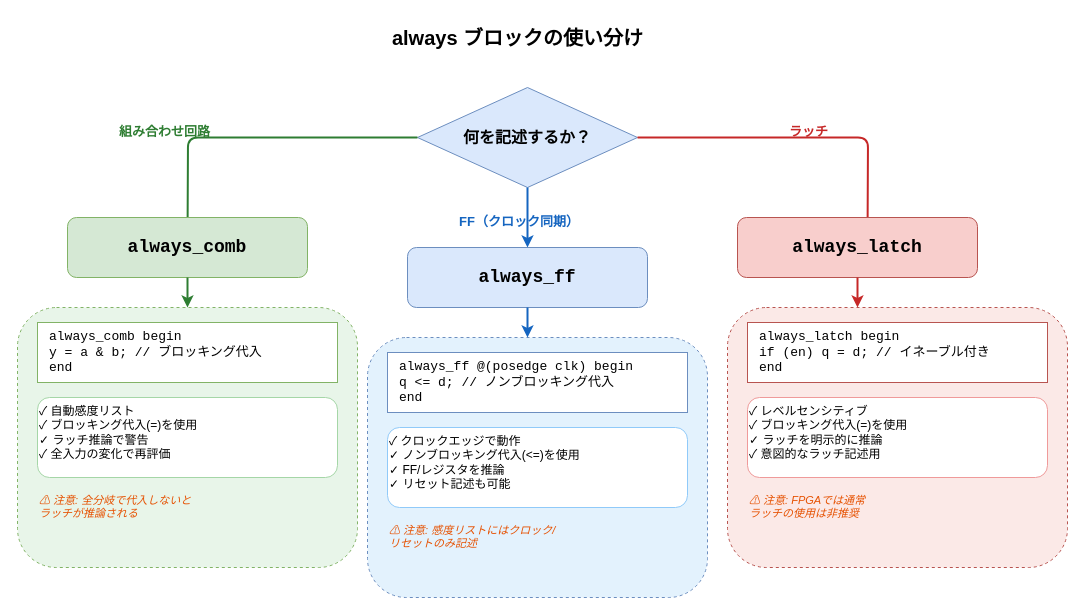
This is images/systemverilog-guidebook/ch05_always_blocks.drawio from aquaxis/webdoc, a draw.io file, before an edit. Source tidied: cells renumbered, new cells numbered last; positions are measured from the earlier drawing's top-left corner, leaving out a move shared by most shapes. Both pictures are drawn from the tidied source at 100%, with x=0, y=0 at pixel (17, 17).
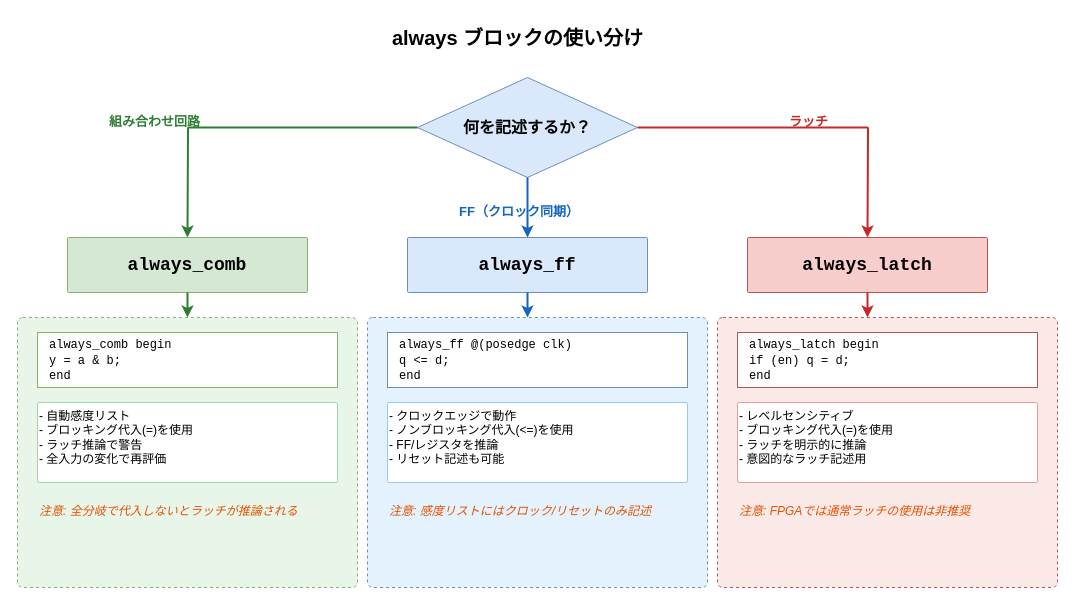
The same page after the edit.

The edit, as a diff of the source:
```diff
@@
     <mxCell id="3" value="何を記述するか？" style="rhombus;whiteSpace=wrap;html=1;fillColor=#dae8fc;strokeColor=#6c8ebf;fontSize=16;fontStyle=1;" parent="1" vertex="1">
-      <mxGeometry x="400" y="70" width="220" height="100" as="geometry" />
+      <mxGeometry x="400" y="60" width="220" height="100" as="geometry" />
     </mxCell>
     <mxCell id="4" value="組み合わせ回路" style="text;html=1;fontSize=13;fontStyle=1;fontColor=#2E7D32;" parent="1" vertex="1">
-      <mxGeometry x="100" y="100" width="130" height="25" as="geometry" />
+      <mxGeometry x="90" y="90" width="140" height="25" as="geometry" />
     </mxCell>
+    <mxCell id="7" value="FF（クロック同期）" style="text;html=1;fontSize=13;fontStyle=1;fontColor=#1565C0;" parent="1" vertex="1">
+      <mxGeometry x="440" y="180" width="150" height="25" as="geometry" />
+    </mxCell>
+    <mxCell id="10" value="ラッチ" style="text;html=1;fontSize=13;fontStyle=1;fontColor=#C62828;" parent="1" vertex="1">
+      <mxGeometry x="770" y="90" width="80" height="25" as="geometry" />
+    </mxCell>
-    <mxCell id="5" style="edgeStyle=orthogonalEdgeStyle;rounded=1;strokeWidth=2;strokeColor=#2E7D32;" parent="1" edge="1" source="3">
+    <mxCell id="5" style="edgeStyle=orthogonalEdgeStyle;rounded=1;arcSize=2;strokeWidth=2;strokeColor=#2E7D32;" parent="1" edge="1" source="3">
       <mxGeometry relative="1" as="geometry">
-        <mxPoint x="170" y="230" as="targetPoint" />
+        <mxPoint x="170" y="220" as="targetPoint" />
       </mxGeometry>
     </mxCell>
+    <mxCell id="8" style="edgeStyle=orthogonalEdgeStyle;rounded=1;arcSize=2;strokeWidth=2;strokeColor=#1565C0;" parent="1" edge="1" source="3">
+      <mxGeometry relative="1" as="geometry">
+        <mxPoint x="510" y="220" as="targetPoint" />
+      </mxGeometry>
+    </mxCell>
+    <mxCell id="11" style="edgeStyle=orthogonalEdgeStyle;rounded=1;arcSize=2;strokeWidth=2;strokeColor=#C62828;" parent="1" edge="1" source="3">
+      <mxGeometry relative="1" as="geometry">
+        <mxPoint x="850" y="220" as="targetPoint" />
+      </mxGeometry>
+    </mxCell>
-    <mxCell id="6" value="always_comb" style="rounded=1;whiteSpace=wrap;html=1;fillColor=#d5e8d4;strokeColor=#82b366;fontSize=18;fontStyle=1;fontFamily=Courier New;" parent="1" vertex="1">
-      <mxGeometry x="50" y="200" width="240" height="60" as="geometry" />
+    <mxCell id="6" value="always_comb" style="rounded=1;arcSize=2;whiteSpace=wrap;html=1;fillColor=#d5e8d4;strokeColor=#82b366;fontSize=18;fontStyle=1;fontFamily=Courier New;" parent="1" vertex="1">
+      <mxGeometry x="50" y="220" width="240" height="55" as="geometry" />
     </mxCell>
-    <mxCell id="7" value="FF（クロック同期）" style="text;html=1;fontSize=13;fontStyle=1;fontColor=#1565C0;" parent="1" vertex="1">
-      <mxGeometry x="440" y="190" width="150" height="25" as="geometry" />
-    </mxCell>
-    <mxCell id="8" style="edgeStyle=orthogonalEdgeStyle;rounded=1;strokeWidth=2;strokeColor=#1565C0;" parent="1" edge="1" source="3">
-      <mxGeometry relative="1" as="geometry">
-        <mxPoint x="510" y="230" as="targetPoint" />
-      </mxGeometry>
-    </mxCell>
-    <mxCell id="9" value="always_ff" style="rounded=1;whiteSpace=wrap;html=1;fillColor=#dae8fc;strokeColor=#6c8ebf;fontSize=18;fontStyle=1;fontFamily=Courier New;" parent="1" vertex="1">
-      <mxGeometry x="390" y="230" width="240" height="60" as="geometry" />
+    <mxCell id="9" value="always_ff" style="rounded=1;arcSize=2;whiteSpace=wrap;html=1;fillColor=#dae8fc;strokeColor=#6c8ebf;fontSize=18;fontStyle=1;fontFamily=Courier New;" parent="1" vertex="1">
+      <mxGeometry x="390" y="220" width="240" height="55" as="geometry" />
     </mxCell>
-    <mxCell id="10" value="ラッチ" style="text;html=1;fontSize=13;fontStyle=1;fontColor=#C62828;" parent="1" vertex="1">
-      <mxGeometry x="770" y="100" width="80" height="25" as="geometry" />
-    </mxCell>
-    <mxCell id="11" style="edgeStyle=orthogonalEdgeStyle;rounded=1;strokeWidth=2;strokeColor=#C62828;" parent="1" edge="1" source="3">
-      <mxGeometry relative="1" as="geometry">
-        <mxPoint x="850" y="230" as="targetPoint" />
-      </mxGeometry>
-    </mxCell>
-    <mxCell id="12" value="always_latch" style="rounded=1;whiteSpace=wrap;html=1;fillColor=#f8cecc;strokeColor=#b85450;fontSize=18;fontStyle=1;fontFamily=Courier New;" parent="1" vertex="1">
-      <mxGeometry x="720" y="200" width="240" height="60" as="geometry" />
+    <mxCell id="12" value="always_latch" style="rounded=1;arcSize=2;whiteSpace=wrap;html=1;fillColor=#f8cecc;strokeColor=#b85450;fontSize=18;fontStyle=1;fontFamily=Courier New;" parent="1" vertex="1">
+      <mxGeometry x="730" y="220" width="240" height="55" as="geometry" />
     </mxCell>
-    <mxCell id="13" style="rounded=1;whiteSpace=wrap;html=1;fillColor=#E8F5E9;strokeColor=#82b366;dashed=1;" parent="1" vertex="1">
-      <mxGeometry y="290" width="340" height="260" as="geometry" />
+    <mxCell id="13" style="rounded=1;arcSize=2;whiteSpace=wrap;html=1;fillColor=#E8F5E9;strokeColor=#82b366;dashed=1;" parent="1" vertex="1">
+      <mxGeometry y="300" width="340" height="270" as="geometry" />
     </mxCell>
-    <mxCell id="14" style="edgeStyle=orthogonalEdgeStyle;rounded=1;strokeWidth=2;strokeColor=#2E7D32;" parent="1" edge="1" source="6">
+    <mxCell id="14" style="edgeStyle=orthogonalEdgeStyle;rounded=1;arcSize=2;strokeWidth=2;strokeColor=#2E7D32;" parent="1" edge="1" source="6">
       <mxGeometry relative="1" as="geometry">
-        <mxPoint x="170" y="290" as="targetPoint" />
+        <mxPoint x="170" y="300" as="targetPoint" />
       </mxGeometry>
     </mxCell>
-    <mxCell id="15" value="&lt;font face=&quot;Courier New&quot; size=&quot;2&quot;&gt;always_comb begin&lt;br&gt;  y = a &amp;amp; b;  // ブロッキング代入&lt;br&gt;end&lt;/font&gt;" style="rounded=0;whiteSpace=wrap;html=1;fillColor=#FFFFFF;strokeColor=#82b366;fontSize=11;align=left;spacingLeft=10;" parent="1" vertex="1">
-      <mxGeometry x="20" y="305" width="300" height="60" as="geometry" />
+    <mxCell id="15" value="&lt;font face=&quot;Courier New&quot;&gt;always_comb begin&lt;br&gt;  y = a &amp;amp; b;&lt;br&gt;end&lt;/font&gt;" style="rounded=0;whiteSpace=wrap;html=1;fillColor=#FFFFFF;strokeColor=#82b366;fontSize=12;align=left;spacingLeft=10;" parent="1" vertex="1">
+      <mxGeometry x="20" y="315" width="300" height="55" as="geometry" />
     </mxCell>
-    <mxCell id="16" value="✓ 自動感度リスト&#10;✓ ブロッキング代入(=)を使用&#10;✓ ラッチ推論で警告&#10;✓ 全入力の変化で再評価" style="text;html=1;fontSize=12;align=left;verticalAlign=top;fillColor=#FFFFFF;strokeColor=#A5D6A7;rounded=1;" parent="1" vertex="1">
-      <mxGeometry x="20" y="380" width="300" height="80" as="geometry" />
+    <mxCell id="16" value="- 自動感度リスト&#10;- ブロッキング代入(=)を使用&#10;- ラッチ推論で警告&#10;- 全入力の変化で再評価" style="text;html=1;fontSize=12;align=left;verticalAlign=top;fillColor=#FFFFFF;strokeColor=#A5D6A7;rounded=1;arcSize=2;" parent="1" vertex="1">
+      <mxGeometry x="20" y="385" width="300" height="80" as="geometry" />
     </mxCell>
-    <mxCell id="17" value="⚠ 注意: 全分岐で代入しないと&#10;   ラッチが推論される" style="text;html=1;fontSize=11;align=left;fontColor=#E65100;fontStyle=2;" parent="1" vertex="1">
-      <mxGeometry x="20" y="470" width="300" height="40" as="geometry" />
+    <mxCell id="17" value="注意: 全分岐で代入しないとラッチが推論される" style="text;html=1;fontSize=12;align=left;fontColor=#E65100;fontStyle=2;" parent="1" vertex="1">
+      <mxGeometry x="20" y="480" width="300" height="30" as="geometry" />
     </mxCell>
-    <mxCell id="18" style="rounded=1;whiteSpace=wrap;html=1;fillColor=#E3F2FD;strokeColor=#6c8ebf;dashed=1;" parent="1" vertex="1">
-      <mxGeometry x="350" y="320" width="340" height="260" as="geometry" />
+    <mxCell id="18" style="rounded=1;arcSize=2;whiteSpace=wrap;html=1;fillColor=#E3F2FD;strokeColor=#6c8ebf;dashed=1;" parent="1" vertex="1">
+      <mxGeometry x="350" y="300" width="340" height="270" as="geometry" />
     </mxCell>
-    <mxCell id="19" style="edgeStyle=orthogonalEdgeStyle;rounded=1;strokeWidth=2;strokeColor=#1565C0;" parent="1" edge="1" source="9">
+    <mxCell id="19" style="edgeStyle=orthogonalEdgeStyle;rounded=1;arcSize=2;strokeWidth=2;strokeColor=#1565C0;" parent="1" edge="1" source="9">
       <mxGeometry relative="1" as="geometry">
-        <mxPoint x="510" y="320" as="targetPoint" />
+        <mxPoint x="510" y="300" as="targetPoint" />
       </mxGeometry>
     </mxCell>
-    <mxCell id="20" value="&lt;font face=&quot;Courier New&quot; size=&quot;2&quot;&gt;always_ff @(posedge clk) begin&lt;br&gt;  q &amp;lt;= d;  // ノンブロッキング代入&lt;br&gt;end&lt;/font&gt;" style="rounded=0;whiteSpace=wrap;html=1;fillColor=#FFFFFF;strokeColor=#6c8ebf;fontSize=11;align=left;spacingLeft=10;" parent="1" vertex="1">
-      <mxGeometry x="370" y="335" width="300" height="60" as="geometry" />
+    <mxCell id="20" value="&lt;font face=&quot;Courier New&quot;&gt;always_ff @(posedge clk)&lt;br&gt;  q &amp;lt;= d;&lt;br&gt;end&lt;/font&gt;" style="rounded=0;whiteSpace=wrap;html=1;fillColor=#FFFFFF;strokeColor=#6c8ebf;fontSize=12;align=left;spacingLeft=10;" parent="1" vertex="1">
+      <mxGeometry x="370" y="315" width="300" height="55" as="geometry" />
     </mxCell>
-    <mxCell id="21" value="✓ クロックエッジで動作&#10;✓ ノンブロッキング代入(&lt;=)を使用&#10;✓ FF/レジスタを推論&#10;✓ リセット記述も可能" style="text;html=1;fontSize=12;align=left;verticalAlign=top;fillColor=#FFFFFF;strokeColor=#90CAF9;rounded=1;" parent="1" vertex="1">
-      <mxGeometry x="370" y="410" width="300" height="80" as="geometry" />
+    <mxCell id="21" value="- クロックエッジで動作&#10;- ノンブロッキング代入(&lt;=)を使用&#10;- FF/レジスタを推論&#10;- リセット記述も可能" style="text;html=1;fontSize=12;align=left;verticalAlign=top;fillColor=#FFFFFF;strokeColor=#90CAF9;rounded=1;arcSize=2;" parent="1" vertex="1">
+      <mxGeometry x="370" y="385" width="300" height="80" as="geometry" />
     </mxCell>
-    <mxCell id="22" value="⚠ 注意: 感度リストにはクロック/&#10;   リセットのみ記述" style="text;html=1;fontSize=11;align=left;fontColor=#E65100;fontStyle=2;" parent="1" vertex="1">
-      <mxGeometry x="370" y="500" width="300" height="40" as="geometry" />
+    <mxCell id="22" value="注意: 感度リストにはクロック/リセットのみ記述" style="text;html=1;fontSize=12;align=left;fontColor=#E65100;fontStyle=2;" parent="1" vertex="1">
+      <mxGeometry x="370" y="480" width="300" height="30" as="geometry" />
     </mxCell>
-    <mxCell id="23" style="rounded=1;whiteSpace=wrap;html=1;fillColor=#FBE9E7;strokeColor=#b85450;dashed=1;" parent="1" vertex="1">
-      <mxGeometry x="710" y="290" width="340" height="260" as="geometry" />
+    <mxCell id="23" style="rounded=1;arcSize=2;whiteSpace=wrap;html=1;fillColor=#FBE9E7;strokeColor=#b85450;dashed=1;" parent="1" vertex="1">
+      <mxGeometry x="700" y="300" width="340" height="270" as="geometry" />
     </mxCell>
-    <mxCell id="24" style="edgeStyle=orthogonalEdgeStyle;rounded=1;strokeWidth=2;strokeColor=#C62828;" parent="1" edge="1" source="12">
+    <mxCell id="24" style="edgeStyle=orthogonalEdgeStyle;rounded=1;arcSize=2;strokeWidth=2;strokeColor=#C62828;" parent="1" edge="1" source="12">
       <mxGeometry relative="1" as="geometry">
-        <mxPoint x="840" y="290" as="targetPoint" />
+        <mxPoint x="850" y="300" as="targetPoint" />
       </mxGeometry>
     </mxCell>
-    <mxCell id="25" value="&lt;font face=&quot;Courier New&quot; size=&quot;2&quot;&gt;always_latch begin&lt;br&gt;  if (en) q = d;  // イネーブル付き&lt;br&gt;end&lt;/font&gt;" style="rounded=0;whiteSpace=wrap;html=1;fillColor=#FFFFFF;strokeColor=#b85450;fontSize=11;align=left;spacingLeft=10;" parent="1" vertex="1">
-      <mxGeometry x="730" y="305" width="300" height="60" as="geometry" />
+    <mxCell id="25" value="&lt;font face=&quot;Courier New&quot;&gt;always_latch begin&lt;br&gt;  if (en) q = d;&lt;br&gt;end&lt;/font&gt;" style="rounded=0;whiteSpace=wrap;html=1;fillColor=#FFFFFF;strokeColor=#b85450;fontSize=12;align=left;spacingLeft=10;" parent="1" vertex="1">
+      <mxGeometry x="720" y="315" width="300" height="55" as="geometry" />
     </mxCell>
-    <mxCell id="26" value="✓ レベルセンシティブ&#10;✓ ブロッキング代入(=)を使用&#10;✓ ラッチを明示的に推論&#10;✓ 意図的なラッチ記述用" style="text;html=1;fontSize=12;align=left;verticalAlign=top;fillColor=#FFFFFF;strokeColor=#EF9A9A;rounded=1;" parent="1" vertex="1">
-      <mxGeometry x="730" y="380" width="300" height="80" as="geometry" />
+    <mxCell id="26" value="- レベルセンシティブ&#10;- ブロッキング代入(=)を使用&#10;- ラッチを明示的に推論&#10;- 意図的なラッチ記述用" style="text;html=1;fontSize=12;align=left;verticalAlign=top;fillColor=#FFFFFF;strokeColor=#EF9A9A;rounded=1;arcSize=2;" parent="1" vertex="1">
+      <mxGeometry x="720" y="385" width="300" height="80" as="geometry" />
     </mxCell>
-    <mxCell id="27" value="⚠ 注意: FPGAでは通常&#10;   ラッチの使用は非推奨" style="text;html=1;fontSize=11;align=left;fontColor=#E65100;fontStyle=2;" parent="1" vertex="1">
-      <mxGeometry x="730" y="470" width="300" height="40" as="geometry" />
+    <mxCell id="27" value="注意: FPGAでは通常ラッチの使用は非推奨" style="text;html=1;fontSize=12;align=left;fontColor=#E65100;fontStyle=2;" parent="1" vertex="1">
+      <mxGeometry x="720" y="480" width="300" height="30" as="geometry" />
     </mxCell>
```
